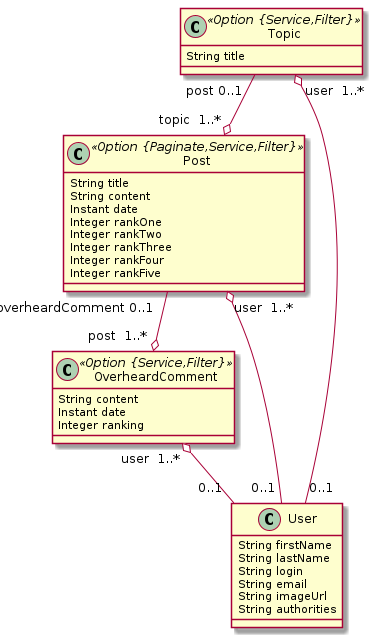
This is overheard.png from armper/overheardclub, a PlantUML export, as it was before one commit.
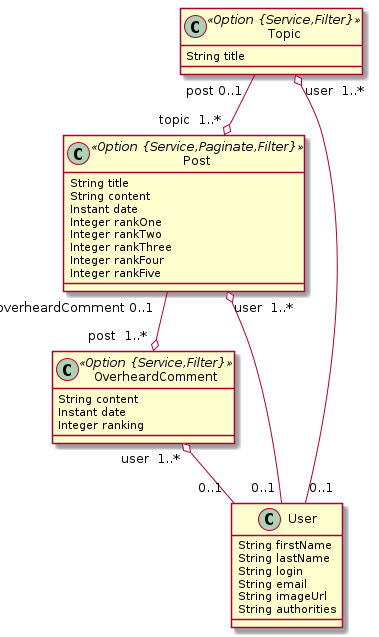
Later version of the same file.

The edit, as a diff of the source:
```diff
@@ -5,7 +5,7 @@
 		Instant date
 		Integer ranking
 	}
-	class Post <<Option {Paginate,Service,Filter}>> {
+	class Post <<Option {Service,Paginate,Filter}>> {
 		String title
 		String content
 		Instant date
```
